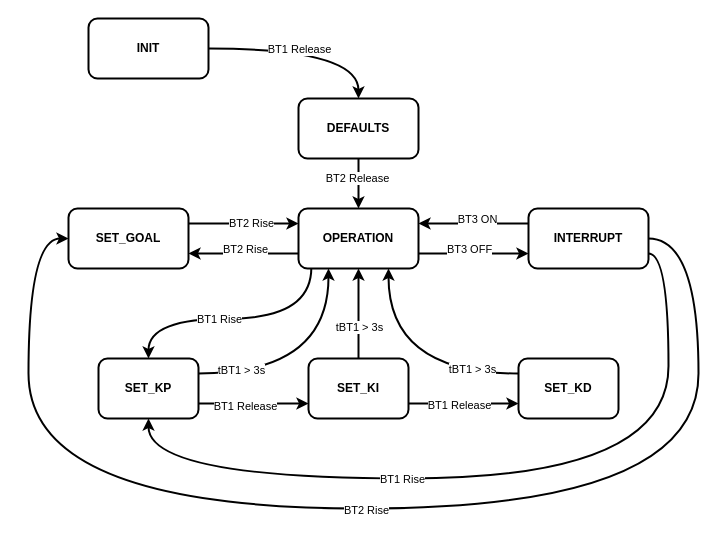
Earlier version of the draw.io diagram SM.drawio (felipemohr/conical_tank_level_controller). Source tidied: cells renumbered, new cells numbered last; positions are measured from the earlier drawing's top-left corner, leaving out a move shared by most shapes. Both pictures are drawn from the tidied source at 100%, with x=0, y=0 at pixel (28, 18).
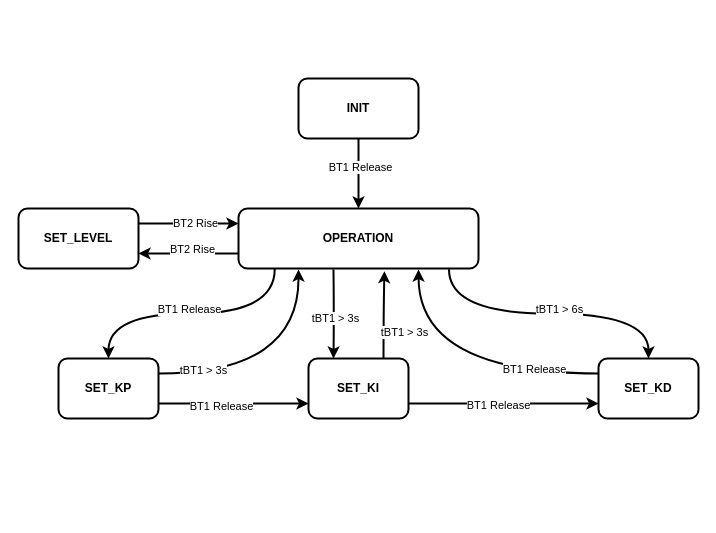
The same page after the edit.

Unchanged cells that the change refers to:
```xml
<mxCell id="9" style="edgeStyle=orthogonalEdgeStyle;curved=1;rounded=0;jettySize=auto;html=1;exitX=1;exitY=0.75;exitDx=0;exitDy=0;entryX=0;entryY=0.75;entryDx=0;entryDy=0;strokeWidth=2;shadow=0;fontStyle=1;" parent="1" edge="1" source="11" target="14">
  <mxGeometry relative="1" as="geometry" />
</mxCell>
<mxCell id="11" value="SET_KI" style="rounded=1;whiteSpace=wrap;html=1;strokeWidth=2;shadow=0;fontStyle=1;" parent="1" vertex="1">
  <mxGeometry x="280" y="340" width="100" height="60" as="geometry" />
</mxCell>
```

The edit, as a diff of the source:
```diff
@@
-    <mxCell id="2" style="edgeStyle=orthogonalEdgeStyle;curved=1;rounded=0;jettySize=auto;html=1;exitX=1;exitY=0.25;exitDx=0;exitDy=0;entryX=0.25;entryY=1;entryDx=0;entryDy=0;strokeWidth=2;shadow=0;fontStyle=1;" parent="1" edge="1" source="6" target="27">
-      <mxGeometry relative="1" as="geometry" />
+    <mxCell id="2" style="edgeStyle=orthogonalEdgeStyle;curved=1;rounded=0;jettySize=auto;html=1;exitX=1;exitY=0.25;exitDx=0;exitDy=0;strokeWidth=2;shadow=0;fontStyle=1;" parent="1" edge="1" source="6">
+      <mxGeometry relative="1" as="geometry">
+        <mxPoint x="270" y="251" as="targetPoint" />
+      </mxGeometry>
     </mxCell>
@@
     <mxCell id="6" value="SET_KP" style="rounded=1;whiteSpace=wrap;html=1;strokeWidth=2;shadow=0;fontStyle=1;" parent="1" vertex="1">
-      <mxGeometry x="70" y="340" width="100" height="60" as="geometry" />
+      <mxGeometry x="30" y="340" width="100" height="60" as="geometry" />
     </mxCell>
-    <mxCell id="7" style="edgeStyle=orthogonalEdgeStyle;curved=1;rounded=0;jettySize=auto;html=1;exitX=0.5;exitY=0;exitDx=0;exitDy=0;entryX=0.5;entryY=1;entryDx=0;entryDy=0;strokeWidth=2;shadow=0;fontStyle=1;" parent="1" edge="1" source="11" target="27">
+    <mxCell id="7" style="edgeStyle=orthogonalEdgeStyle;curved=1;rounded=0;jettySize=auto;html=1;exitX=0.75;exitY=0;exitDx=0;exitDy=0;strokeWidth=2;shadow=0;fontStyle=1;entryX=0.608;entryY=1.044;entryDx=0;entryDy=0;entryPerimeter=0;" parent="1" edge="1" source="11" target="27">
       <mxGeometry relative="1" as="geometry" />
     </mxCell>
     <mxCell id="8" value="tBT1 &amp;gt; 3s" style="edgeLabel;html=1;align=center;verticalAlign=middle;" parent="7" vertex="1">
-      <mxGeometry x="-0.28" relative="1" as="geometry" />
+      <mxGeometry x="-0.28" relative="1" as="geometry">
+        <mxPoint x="20" y="5" as="offset" />
+      </mxGeometry>
     </mxCell>
@@
     <mxCell id="10" value="BT1 Release" style="edgeLabel;html=1;align=center;verticalAlign=middle;" parent="9" vertex="1">
       <mxGeometry x="-0.28" y="-1" relative="1" as="geometry">
-        <mxPoint x="10" as="offset" />
+        <mxPoint x="21" as="offset" />
       </mxGeometry>
     </mxCell>
@@
-    <mxCell id="12" style="edgeStyle=orthogonalEdgeStyle;curved=1;rounded=0;jettySize=auto;html=1;exitX=0;exitY=0.25;exitDx=0;exitDy=0;entryX=0.75;entryY=1;entryDx=0;entryDy=0;strokeWidth=2;shadow=0;fontStyle=1;" parent="1" edge="1" source="14" target="27">
-      <mxGeometry relative="1" as="geometry" />
+    <mxCell id="12" style="edgeStyle=orthogonalEdgeStyle;curved=1;rounded=0;jettySize=auto;html=1;exitX=0;exitY=0.25;exitDx=0;exitDy=0;strokeWidth=2;shadow=0;fontStyle=1;" parent="1" edge="1" source="14">
+      <mxGeometry relative="1" as="geometry">
+        <mxPoint x="390" y="251" as="targetPoint" />
+      </mxGeometry>
     </mxCell>
-    <mxCell id="13" value="tBT1 &amp;gt; 3s" style="edgeLabel;html=1;align=center;verticalAlign=middle;" parent="12" vertex="1">
+    <mxCell id="13" value="BT1 Release" style="edgeLabel;html=1;align=center;verticalAlign=middle;" parent="12" vertex="1">
       <mxGeometry x="-0.29" y="-18" relative="1" as="geometry">
         <mxPoint x="36" y="13" as="offset" />
       </mxGeometry>
     </mxCell>
     <mxCell id="14" value="SET_KD" style="rounded=1;whiteSpace=wrap;html=1;strokeWidth=2;shadow=0;fontStyle=1;" parent="1" vertex="1">
-      <mxGeometry x="490" y="340" width="100" height="60" as="geometry" />
+      <mxGeometry x="570" y="340" width="100" height="60" as="geometry" />
     </mxCell>
-    <mxCell id="15" style="edgeStyle=orthogonalEdgeStyle;curved=1;rounded=0;jettySize=auto;html=1;entryX=0.5;entryY=0;entryDx=0;entryDy=0;strokeWidth=2;shadow=0;fontStyle=1;" parent="1" edge="1" source="17" target="37">
-      <mxGeometry relative="1" as="geometry">
-        <Array as="points">
-          <mxPoint x="330" y="30" />
-        </Array>
-      </mxGeometry>
-    </mxCell>
-    <mxCell id="16" value="BT1 Release" style="edgeLabel;html=1;align=center;verticalAlign=middle;" parent="15" vertex="1">
-      <mxGeometry x="-0.08" y="-5" relative="1" as="geometry">
-        <mxPoint x="-2" y="-5" as="offset" />
-      </mxGeometry>
-    </mxCell>
+    <mxCell id="38" style="edgeStyle=orthogonalEdgeStyle;curved=1;rounded=0;jettySize=auto;html=1;strokeWidth=2;" parent="1" edge="1" source="17" target="27">
+      <mxGeometry relative="1" as="geometry" />
+    </mxCell>
+    <mxCell id="39" value="BT1 Release" style="edgeLabel;html=1;align=center;verticalAlign=middle;" parent="38" vertex="1">
+      <mxGeometry x="-0.19" y="1" relative="1" as="geometry" />
+    </mxCell>
     <mxCell id="17" value="INIT" style="rounded=1;whiteSpace=wrap;html=1;strokeWidth=2;shadow=0;fontStyle=1;" parent="1" vertex="1">
-      <mxGeometry x="60" width="120" height="60" as="geometry" />
+      <mxGeometry x="270" y="60" width="120" height="60" as="geometry" />
     </mxCell>
@@
-    <mxCell id="20" value="SET_GOAL" style="rounded=1;whiteSpace=wrap;html=1;strokeWidth=2;shadow=0;fontStyle=1;" parent="1" vertex="1">
-      <mxGeometry x="40" y="190" width="120" height="60" as="geometry" />
+    <mxCell id="20" value="SET_LEVEL" style="rounded=1;whiteSpace=wrap;html=1;strokeWidth=2;shadow=0;fontStyle=1;" parent="1" vertex="1">
+      <mxGeometry x="-10" y="190" width="120" height="60" as="geometry" />
     </mxCell>
@@
-    <mxCell id="23" style="edgeStyle=orthogonalEdgeStyle;curved=1;rounded=0;jettySize=auto;html=1;exitX=1;exitY=0.75;exitDx=0;exitDy=0;entryX=0;entryY=0.75;entryDx=0;entryDy=0;strokeWidth=2;shadow=0;fontStyle=1;" parent="1" edge="1" source="27" target="34">
-      <mxGeometry relative="1" as="geometry" />
-    </mxCell>
-    <mxCell id="24" value="BT3 OFF" style="edgeLabel;html=1;align=center;verticalAlign=middle;" parent="23" vertex="1">
-      <mxGeometry x="-0.33" y="1" relative="1" as="geometry">
-        <mxPoint x="13" y="-4" as="offset" />
-      </mxGeometry>
-    </mxCell>
+    <mxCell id="40" style="edgeStyle=orthogonalEdgeStyle;rounded=0;jettySize=auto;html=1;entryX=0.25;entryY=0;entryDx=0;entryDy=0;strokeWidth=2;curved=1;" parent="1" edge="1" target="11">
+      <mxGeometry relative="1" as="geometry">
+        <mxPoint x="305" y="251" as="sourcePoint" />
+      </mxGeometry>
+    </mxCell>
+    <mxCell id="41" value="tBT1 &amp;gt; 3s" style="edgeLabel;html=1;align=center;verticalAlign=middle;" parent="40" vertex="1">
+      <mxGeometry x="0.1" y="1" relative="1" as="geometry" />
+    </mxCell>
+    <mxCell id="42" style="edgeStyle=orthogonalEdgeStyle;rounded=0;jettySize=auto;html=1;exitX=0.877;exitY=1.013;exitDx=0;exitDy=0;curved=1;exitPerimeter=0;targetPerimeterSpacing=0;strokeWidth=2;" parent="1" edge="1" source="27" target="14">
+      <mxGeometry relative="1" as="geometry" />
+    </mxCell>
+    <mxCell id="43" value="tBT1 &amp;gt; 6s" style="edgeLabel;html=1;align=center;verticalAlign=middle;" parent="42" vertex="1">
+      <mxGeometry x="-0.21" y="-26" relative="1" as="geometry">
+        <mxPoint x="40" y="-31" as="offset" />
+      </mxGeometry>
+    </mxCell>
-    <mxCell id="25" style="edgeStyle=orthogonalEdgeStyle;curved=1;rounded=0;jettySize=auto;html=1;exitX=0.107;exitY=0.985;exitDx=0;exitDy=0;exitPerimeter=0;strokeWidth=2;shadow=0;fontStyle=1;" parent="1" edge="1" source="27" target="6">
-      <mxGeometry relative="1" as="geometry">
-        <Array as="points">
-          <mxPoint x="283" y="300" />
-          <mxPoint x="120" y="300" />
-        </Array>
-      </mxGeometry>
+    <mxCell id="25" style="edgeStyle=orthogonalEdgeStyle;curved=1;rounded=0;jettySize=auto;html=1;exitX=0.151;exitY=1.01;exitDx=0;exitDy=0;strokeWidth=2;exitPerimeter=0;" parent="1" edge="1" source="27" target="6">
+      <mxGeometry relative="1" as="geometry" />
     </mxCell>
-    <mxCell id="26" value="BT1 Rise" style="edgeLabel;html=1;align=center;verticalAlign=middle;" parent="25" vertex="1">
-      <mxGeometry x="0.11" y="2" relative="1" as="geometry">
-        <mxPoint x="-2" y="-2" as="offset" />
-      </mxGeometry>
-    </mxCell>
+    <mxCell id="44" value="BT1 Release" style="edgeLabel;html=1;align=center;verticalAlign=middle;" parent="25" vertex="1">
+      <mxGeometry x="-0.05" relative="1" as="geometry">
+        <mxPoint x="-9" y="-5" as="offset" />
+      </mxGeometry>
+    </mxCell>
     <mxCell id="27" value="OPERATION" style="rounded=1;whiteSpace=wrap;html=1;strokeWidth=2;shadow=0;fontStyle=1;" parent="1" vertex="1">
-      <mxGeometry x="270" y="190" width="120" height="60" as="geometry" />
+      <mxGeometry x="210" y="190" width="240" height="60" as="geometry" />
     </mxCell>
-    <mxCell id="28" style="edgeStyle=orthogonalEdgeStyle;curved=1;rounded=0;jettySize=auto;html=1;exitX=0;exitY=0.25;exitDx=0;exitDy=0;entryX=1;entryY=0.25;entryDx=0;entryDy=0;strokeWidth=2;shadow=0;fontStyle=1;" parent="1" edge="1" source="34" target="27">
-      <mxGeometry relative="1" as="geometry" />
-    </mxCell>
-    <mxCell id="29" value="BT3 ON" style="edgeLabel;html=1;align=center;verticalAlign=middle;" parent="28" vertex="1">
-      <mxGeometry x="-0.19" y="1" relative="1" as="geometry">
-        <mxPoint x="-7" y="-6" as="offset" />
-      </mxGeometry>
-    </mxCell>
-    <mxCell id="30" style="edgeStyle=orthogonalEdgeStyle;curved=1;rounded=0;jettySize=auto;html=1;exitX=1;exitY=0.75;exitDx=0;exitDy=0;entryX=0.5;entryY=1;entryDx=0;entryDy=0;strokeWidth=2;shadow=0;fontStyle=1;" parent="1" edge="1" source="34" target="6">
-      <mxGeometry relative="1" as="geometry">
-        <Array as="points">
-          <mxPoint x="640" y="235" />
-          <mxPoint x="640" y="460" />
-          <mxPoint x="120" y="460" />
-        </Array>
-      </mxGeometry>
-    </mxCell>
-    <mxCell id="31" value="BT1 Rise" style="edgeLabel;html=1;align=center;verticalAlign=middle;spacingLeft=0;labelBorderColor=none;" parent="30" vertex="1">
-      <mxGeometry x="0.24" relative="1" as="geometry" />
-    </mxCell>
-    <mxCell id="32" style="edgeStyle=orthogonalEdgeStyle;curved=1;rounded=0;jettySize=auto;html=1;exitX=1;exitY=0.5;exitDx=0;exitDy=0;entryX=0;entryY=0.5;entryDx=0;entryDy=0;strokeWidth=2;" parent="1" edge="1" source="34" target="20">
-      <mxGeometry relative="1" as="geometry">
-        <Array as="points">
-          <mxPoint x="670" y="220" />
-          <mxPoint x="670" y="490" />
-          <mxPoint y="490" />
-          <mxPoint y="220" />
-        </Array>
-      </mxGeometry>
-    </mxCell>
-    <mxCell id="33" value="BT2 Rise" style="edgeLabel;html=1;align=center;verticalAlign=middle;" parent="32" vertex="1">
-      <mxGeometry x="-0.04" y="1" relative="1" as="geometry">
-        <mxPoint x="-29" as="offset" />
-      </mxGeometry>
-    </mxCell>
-    <mxCell id="34" value="INTERRUPT" style="rounded=1;whiteSpace=wrap;html=1;strokeWidth=2;shadow=0;fontStyle=1;" parent="1" vertex="1">
-      <mxGeometry x="500" y="190" width="120" height="60" as="geometry" />
-    </mxCell>
-    <mxCell id="35" style="edgeStyle=orthogonalEdgeStyle;curved=1;rounded=0;jettySize=auto;html=1;strokeWidth=2;shadow=0;fontStyle=1;" parent="1" edge="1" source="37" target="27">
-      <mxGeometry relative="1" as="geometry" />
-    </mxCell>
-    <mxCell id="36" value="BT2 Release" style="edgeLabel;html=1;align=center;verticalAlign=middle;" parent="35" vertex="1">
-      <mxGeometry x="-0.23" y="-2" relative="1" as="geometry" />
-    </mxCell>
-    <mxCell id="37" value="DEFAULTS" style="rounded=1;whiteSpace=wrap;html=1;strokeWidth=2;shadow=0;fontStyle=1;" parent="1" vertex="1">
-      <mxGeometry x="270" y="80" width="120" height="60" as="geometry" />
-    </mxCell>
```
